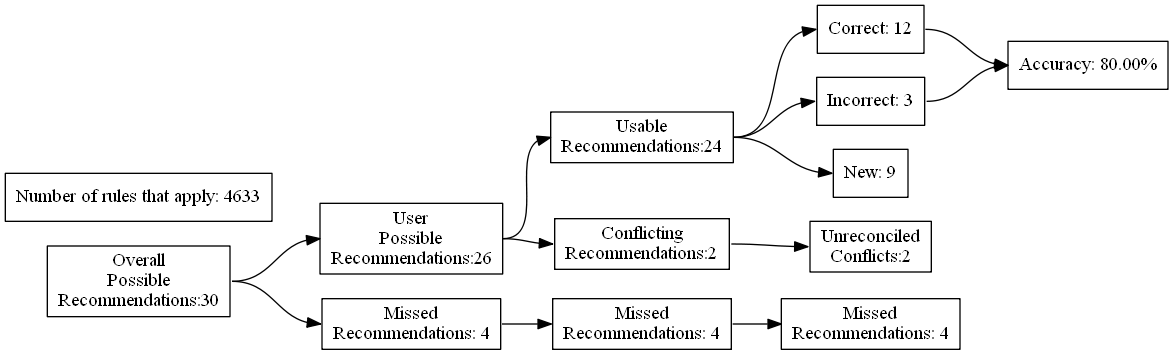
ZaxR/ibd_diet_analysis keeps this Graphviz diagram as test_renders/10.gv.png. Above is the earlier version. Its source is kept beside it as test_renders/10.gv. Its diagram source:
```dot
digraph {
	graph [rankdir=LR]
	node [pos=r shape=box]
	edge [headport=w tailport=e]
		A [label="Overall
Possible
Recommendations:30"]
		B [label="User
Possible
Recommendations:26"]
		C [label="Missed
Recommendations: 4"]
		D [label="Usable
Recommendations:24"]
		E [label="Conflicting
Recommendations:2"]
		J [label="Missed
Recommendations: 4"]
		M [label="Unreconciled
Conflicts:2"]
		F [label="Correct: 12"]
		G [label="Incorrect: 3"]
		H [label="New: 9"]
		K [label="Missed
Recommendations: 4"]
		I [label="Accuracy: 80.00%"]
		l [label="Number of rules that apply: 4633"]
			A -> B
			A -> C
			B -> D
			B -> E
			D -> F
			D -> G
			D -> H
			F -> I
			G -> I
			C -> J
			J -> K
			E -> M
}
```
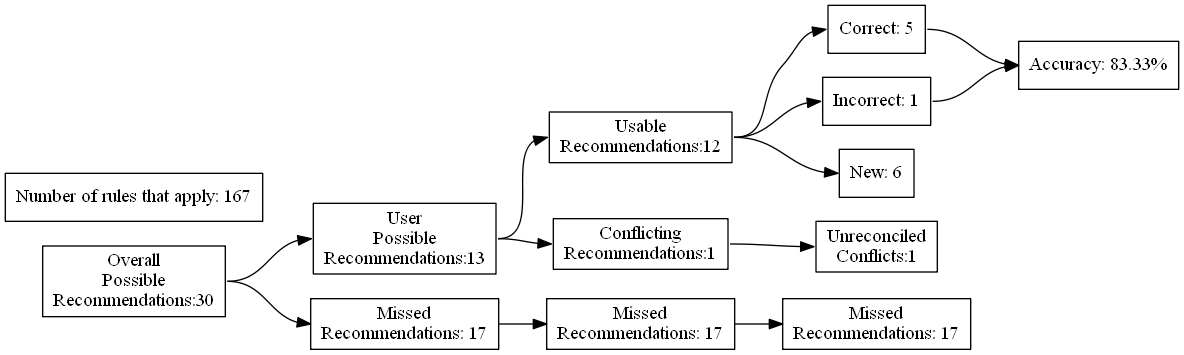
The same file after the commit.

Diff of the diagram source:
```diff
@@ -7,24 +7,24 @@
 Recommendations:30"]
 		B [label="User
 Possible
-Recommendations:26"]
+Recommendations:13"]
 		C [label="Missed
-Recommendations: 4"]
+Recommendations: 17"]
 		D [label="Usable
-Recommendations:24"]
+Recommendations:12"]
 		E [label="Conflicting
-Recommendations:2"]
+Recommendations:1"]
 		J [label="Missed
-Recommendations: 4"]
+Recommendations: 17"]
 		M [label="Unreconciled
-Conflicts:2"]
-		F [label="Correct: 12"]
-		G [label="Incorrect: 3"]
-		H [label="New: 9"]
+Conflicts:1"]
+		F [label="Correct: 5"]
+		G [label="Incorrect: 1"]
+		H [label="New: 6"]
 		K [label="Missed
-Recommendations: 4"]
-		I [label="Accuracy: 80.00%"]
-		l [label="Number of rules that apply: 4633"]
+Recommendations: 17"]
+		I [label="Accuracy: 83.33%"]
+		l [label="Number of rules that apply: 167"]
 			A -> B
 			A -> C
 			B -> D
```
